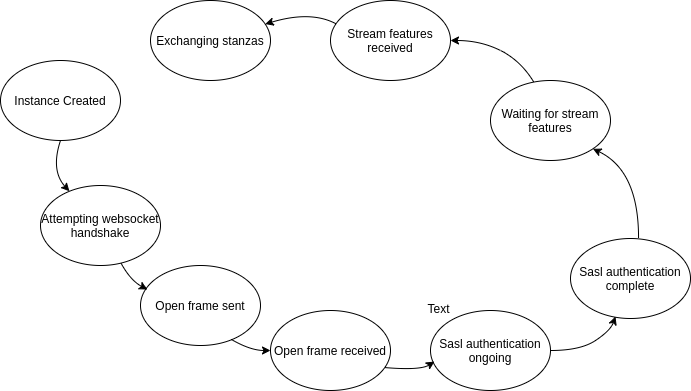
The draw.io diagram assets/images/SaslPhases.png in adiaholic/gsoc2020, before a commit. Source tidied: cells renumbered, new cells last; positions are measured from the earlier drawing's top-left corner, leaving out a move shared by most shapes. The source it was exported from:
```xml
<mxGraphModel>
  <root>
    <mxCell id="0" />
    <mxCell id="1" parent="0" />
    <mxCell id="2" value="Instance Created&lt;br&gt;" style="ellipse;whiteSpace=wrap;html=1;" parent="1" vertex="1">
      <mxGeometry y="60" width="120" height="80" as="geometry" />
    </mxCell>
    <mxCell id="3" value="Attempting websocket handshake" style="ellipse;whiteSpace=wrap;html=1;" parent="1" vertex="1">
      <mxGeometry x="40" y="185" width="120" height="80" as="geometry" />
    </mxCell>
    <mxCell id="4" value="Open frame sent" style="ellipse;whiteSpace=wrap;html=1;" parent="1" vertex="1">
      <mxGeometry x="140" y="265" width="120" height="80" as="geometry" />
    </mxCell>
    <mxCell id="5" value="Open frame received" style="ellipse;whiteSpace=wrap;html=1;" parent="1" vertex="1">
      <mxGeometry x="270" y="310" width="120" height="80" as="geometry" />
    </mxCell>
    <mxCell id="6" value="Sasl authentication ongoing" style="ellipse;whiteSpace=wrap;html=1;" parent="1" vertex="1">
      <mxGeometry x="430" y="310" width="120" height="80" as="geometry" />
    </mxCell>
    <mxCell id="7" value="Sasl authentication complete" style="ellipse;whiteSpace=wrap;html=1;" parent="1" vertex="1">
      <mxGeometry x="570" y="238" width="120" height="80" as="geometry" />
    </mxCell>
    <mxCell id="8" value="Waiting for stream features" style="ellipse;whiteSpace=wrap;html=1;" parent="1" vertex="1">
      <mxGeometry x="490" y="80" width="120" height="80" as="geometry" />
    </mxCell>
    <mxCell id="9" value="Stream features received" style="ellipse;whiteSpace=wrap;html=1;" parent="1" vertex="1">
      <mxGeometry x="330" width="120" height="80" as="geometry" />
    </mxCell>
    <mxCell id="10" value="Exchanging stanzas" style="ellipse;whiteSpace=wrap;html=1;" parent="1" vertex="1">
      <mxGeometry x="150" width="120" height="80" as="geometry" />
    </mxCell>
    <mxCell id="11" style="curved=1;endArrow=classic;html=1;exitX=0.5;exitY=1;exitDx=0;exitDy=0;" parent="1" edge="1" source="2" target="3">
      <mxGeometry relative="1" as="geometry">
        <Array as="points">
          <mxPoint x="50" y="170" />
        </Array>
      </mxGeometry>
    </mxCell>
    <mxCell id="12" style="curved=1;endArrow=classic;html=1;entryX=0.058;entryY=0.3;entryDx=0;entryDy=0;entryPerimeter=0;" parent="1" edge="1" source="3" target="4">
      <mxGeometry relative="1" as="geometry">
        <Array as="points">
          <mxPoint x="130" y="280" />
        </Array>
      </mxGeometry>
    </mxCell>
    <mxCell id="13" style="curved=1;endArrow=classic;html=1;exitX=0.758;exitY=0.925;exitDx=0;exitDy=0;entryX=0;entryY=0.5;entryDx=0;entryDy=0;exitPerimeter=0;" parent="1" edge="1" source="4" target="5">
      <mxGeometry relative="1" as="geometry">
        <Array as="points">
          <mxPoint x="250" y="350" />
        </Array>
      </mxGeometry>
    </mxCell>
    <mxCell id="14" style="curved=1;endArrow=classic;html=1;entryX=0.033;entryY=0.638;entryDx=0;entryDy=0;entryPerimeter=0;exitX=0.95;exitY=0.713;exitDx=0;exitDy=0;exitPerimeter=0;" parent="1" edge="1" source="5" target="6">
      <mxGeometry relative="1" as="geometry">
        <Array as="points">
          <mxPoint x="420" y="370" />
        </Array>
      </mxGeometry>
    </mxCell>
    <mxCell id="15" value="Text" style="text;html=1;align=center;verticalAlign=middle;" parent="1" vertex="1">
      <mxGeometry x="418" y="298" width="40" height="20" as="geometry" />
    </mxCell>
    <mxCell id="16" style="curved=1;endArrow=classic;html=1;exitX=1;exitY=0.5;exitDx=0;exitDy=0;entryX=0.375;entryY=0.975;entryDx=0;entryDy=0;entryPerimeter=0;" parent="1" edge="1" source="6" target="7">
      <mxGeometry relative="1" as="geometry">
        <Array as="points">
          <mxPoint x="580" y="350" />
          <mxPoint x="610" y="330" />
        </Array>
      </mxGeometry>
    </mxCell>
    <mxCell id="17" style="curved=1;endArrow=classic;html=1;exitX=0.567;exitY=-0.012;exitDx=0;exitDy=0;exitPerimeter=0;entryX=1;entryY=1;entryDx=0;entryDy=0;" parent="1" edge="1" source="7" target="8">
      <mxGeometry relative="1" as="geometry">
        <Array as="points">
          <mxPoint x="638" y="170" />
        </Array>
      </mxGeometry>
    </mxCell>
    <mxCell id="18" style="curved=1;endArrow=classic;html=1;exitX=0.358;exitY=0.013;exitDx=0;exitDy=0;exitPerimeter=0;entryX=1;entryY=0.5;entryDx=0;entryDy=0;" parent="1" edge="1" source="8" target="9">
      <mxGeometry relative="1" as="geometry">
        <Array as="points">
          <mxPoint x="520" y="60" />
          <mxPoint x="480" y="40" />
        </Array>
      </mxGeometry>
    </mxCell>
    <mxCell id="19" style="curved=1;endArrow=classic;html=1;exitX=0.042;exitY=0.288;exitDx=0;exitDy=0;exitPerimeter=0;" parent="1" edge="1" source="9" target="10">
      <mxGeometry relative="1" as="geometry">
        <Array as="points">
          <mxPoint x="310" y="10" />
        </Array>
      </mxGeometry>
    </mxCell>
  </root>
</mxGraphModel>
```
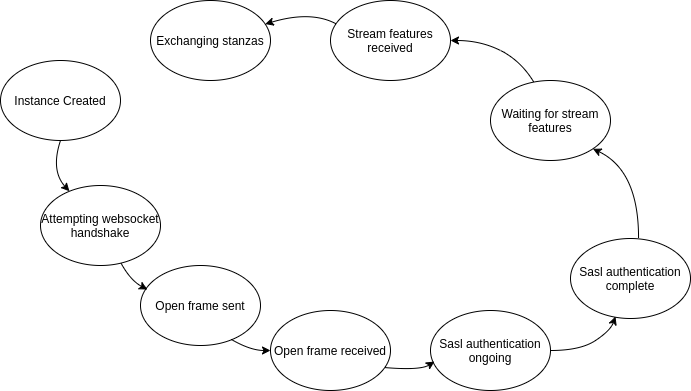
After the commit.

What changed in the source:
```diff
@@ -57,9 +57,6 @@
         </Array>
       </mxGeometry>
     </mxCell>
-    <mxCell id="15" value="Text" style="text;html=1;align=center;verticalAlign=middle;" parent="1" vertex="1">
-      <mxGeometry x="418" y="298" width="40" height="20" as="geometry" />
-    </mxCell>
     <mxCell id="16" style="curved=1;endArrow=classic;html=1;exitX=1;exitY=0.5;exitDx=0;exitDy=0;entryX=0.375;entryY=0.975;entryDx=0;entryDy=0;entryPerimeter=0;" parent="1" edge="1" source="6" target="7">
       <mxGeometry relative="1" as="geometry">
         <Array as="points">
```
